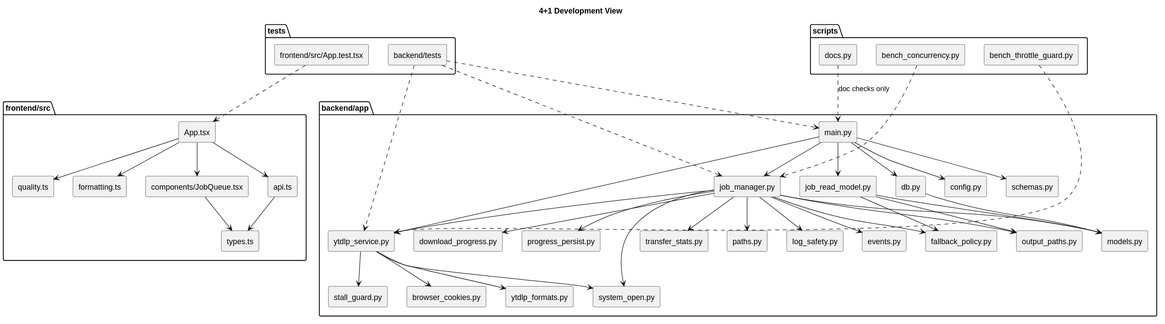
hnucjx/Design-and-Implementation-of-Database-Watermarking-Algorithms-Resistant-to-Brute-Force-Attacks. keeps this PlantUML diagram as docs/assets/diagrams/four-plus-one-development-view.svg. Above is the earlier version.
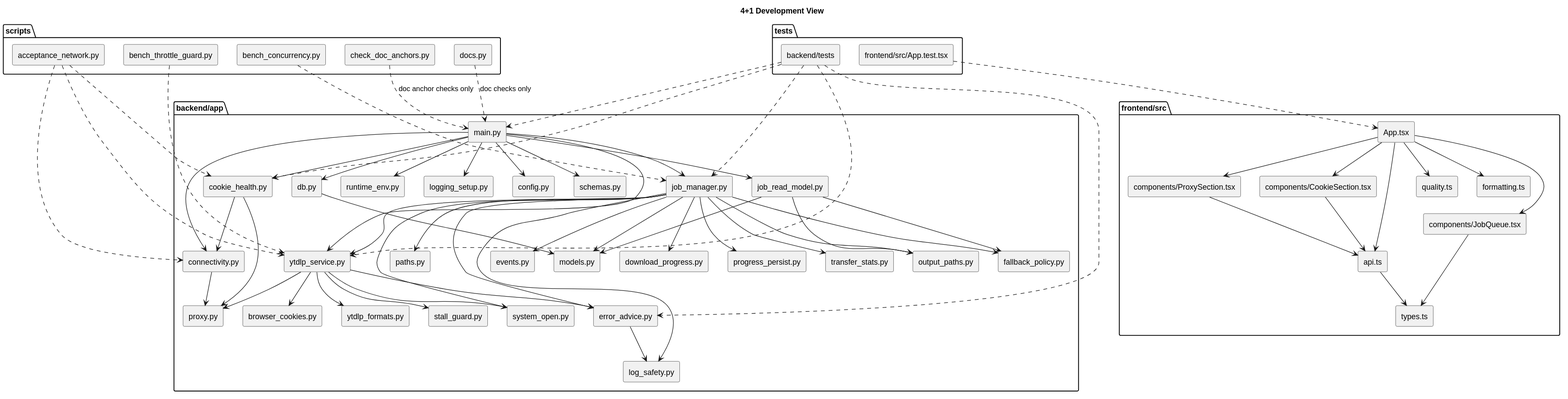
Above is the later version.

Diff of the diagram source:
```diff
@@ -6,6 +6,8 @@
 package "frontend/src" {
   [App.tsx] as App
   [components/JobQueue.tsx] as JobQueue
+  [components/ProxySection.tsx] as ProxySection
+  [components/CookieSection.tsx] as CookieSection
   [api.ts] as ApiClient
   [types.ts] as FrontendTypes
   [quality.ts] as Quality
@@ -29,6 +31,12 @@
   [progress_persist.py] as PersistGate
   [transfer_stats.py] as TransferStats
   [browser_cookies.py] as BrowserCookies
+  [cookie_health.py] as CookieHealth
+  [proxy.py] as ProxyResolver
+  [connectivity.py] as Connectivity
+  [error_advice.py] as ErrorAdvice
+  [runtime_env.py] as RuntimeEnv
+  [logging_setup.py] as LoggingSetup
   [output_paths.py] as OutputPaths
   [paths.py] as Paths
   [log_safety.py] as LogSafety
@@ -42,16 +50,22 @@
 
 package "scripts" {
   [docs.py] as DocsScript
+  [check_doc_anchors.py] as AnchorScript
+  [acceptance_network.py] as AcceptanceNetwork
   [bench_concurrency.py] as BenchConcurrency
   [bench_throttle_guard.py] as BenchThrottle
 }
 
 App --> JobQueue
+App --> ProxySection
+App --> CookieSection
 App --> ApiClient
 App --> Quality
 App --> Formatting
 ApiClient --> FrontendTypes
 JobQueue --> FrontendTypes
+ProxySection --> ApiClient
+CookieSection --> ApiClient
 
 Main --> Config
 Main --> Schemas
@@ -59,6 +73,10 @@
 Main --> ReadModel
 Main --> Service
 Main --> DB
+Main --> CookieHealth
+Main --> Connectivity
+Main --> RuntimeEnv
+Main --> LoggingSetup
 Manager --> Models
 Manager --> Service
 Manager --> Broker
@@ -70,20 +88,33 @@
 Manager --> Paths
 Manager --> LogSafety
 Manager --> SystemOpen
+Manager --> ErrorAdvice
 ReadModel --> Models
 ReadModel --> Fallback
 ReadModel --> OutputPaths
 Service --> FormatHelpers
 Service --> BrowserCookies
+Service --> ProxyResolver
+Service --> ErrorAdvice
 Service --> StallGuard
 Service --> SystemOpen
+CookieHealth --> Connectivity
+CookieHealth --> ProxyResolver
+Connectivity --> ProxyResolver
+ErrorAdvice --> LogSafety
 DB --> Models
 
 BackendTests ..> Main
 BackendTests ..> Manager
 BackendTests ..> Service
+BackendTests ..> CookieHealth
+BackendTests ..> ErrorAdvice
 FrontendTests ..> App
+AcceptanceNetwork ..> Service
+AcceptanceNetwork ..> Connectivity
+AcceptanceNetwork ..> CookieHealth
 BenchConcurrency ..> Manager
 BenchThrottle ..> Service
 DocsScript ..> Main : doc checks only
+AnchorScript ..> Main : doc anchor checks only
 @enduml
```
